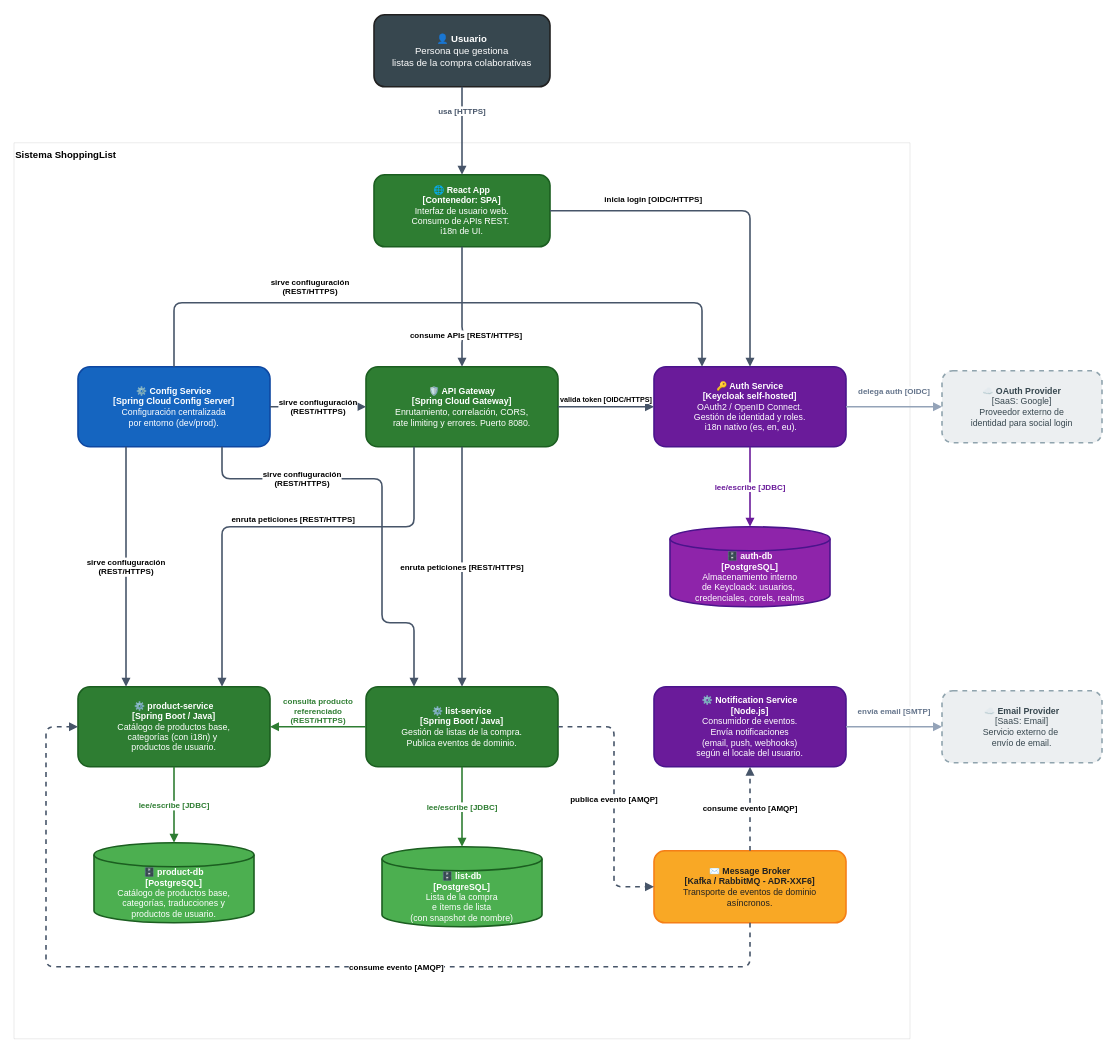
Before: docs/architecture/img/c4-level2-containers.drawio.xml in ivborrezo/shopping-list, a draw.io diagram. Source tidied: cells renumbered, new cells numbered last; positions are measured from the earlier drawing's top-left corner, leaving out a move shared by most shapes. Both pictures are drawn from the tidied source at 80%, with x=0, y=0 at pixel (14, 14).
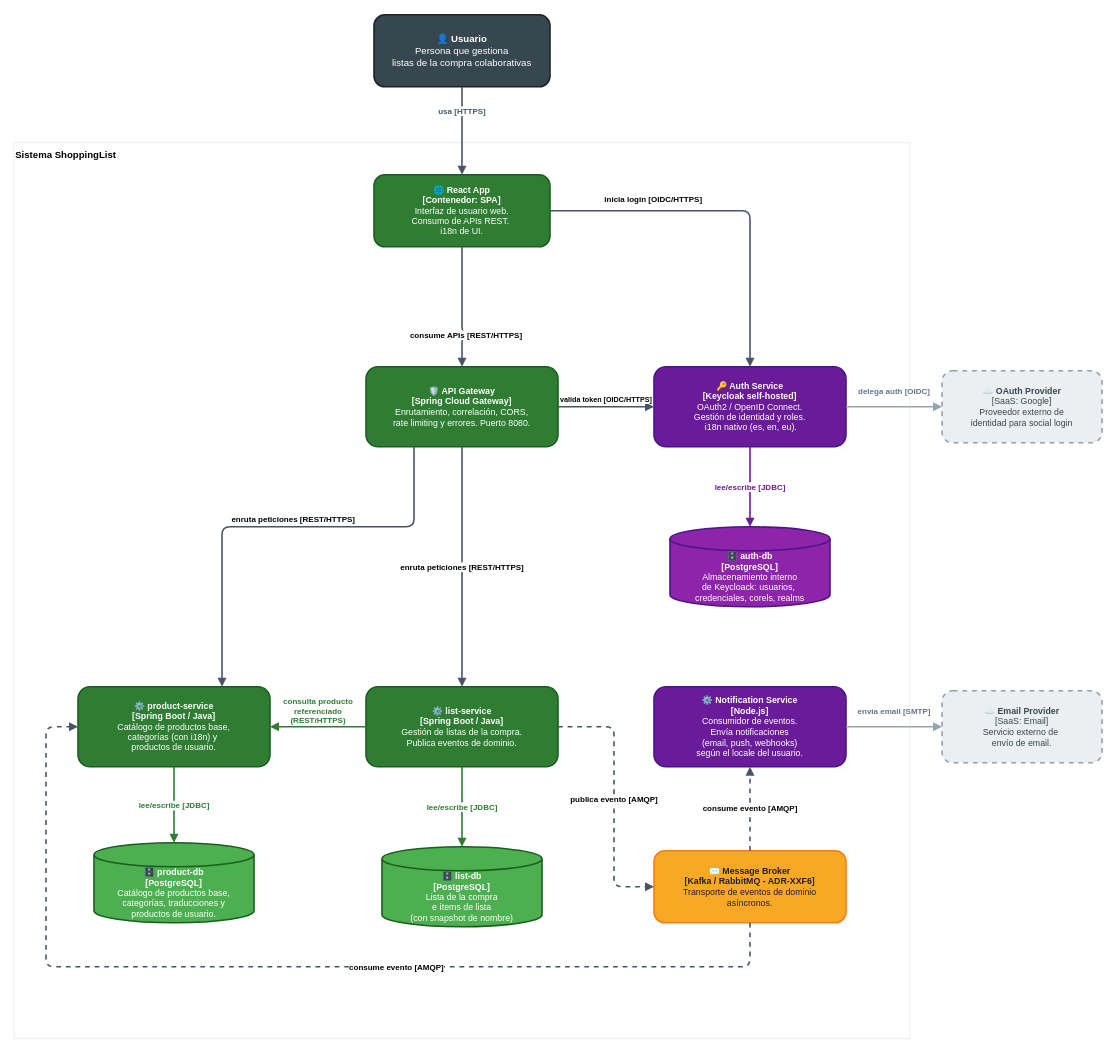
After the change.

Commit message (it also covers changes not shown here):
docs(architecture): retirar Config Service del diagrama C4 de contenedores

Elimina el contenedor, sus relaciones de configuración y la leyenda asociada del markdown y del fuente drawio; reexporta el SVG.

The change refers to these unchanged cells:
```xml
<mxCell id="6" value="&lt;b&gt;🛡️ API Gateway&lt;/b&gt;&lt;br&gt;&lt;b&gt;[Spring Cloud Gateway]&lt;/b&gt;&lt;br&gt;Enrutamiento, correlación, CORS,&lt;br&gt;rate limiting y errores. Puerto 8080." style="rounded=1;whiteSpace=wrap;html=1;fillColor=#2E7D32;strokeColor=#1B5E20;strokeWidth=2;fontColor=#FFFFFF;fontSize=11;align=center;" parent="1" vertex="1">
  <mxGeometry x="440" y="440" width="240" height="100" as="geometry" />
</mxCell>
<mxCell id="8" value="&lt;b&gt;🔑 Auth Service&lt;/b&gt;&lt;br&gt;&lt;b&gt;[Keycloak self-hosted]&lt;/b&gt;&lt;br&gt;OAuth2 / OpenID Connect.&lt;br&gt;&lt;div&gt;Gestión de identidad y roles.&lt;/div&gt;&lt;div&gt;&amp;nbsp;i18n nativo (es, en, eu).&lt;/div&gt;" style="rounded=1;whiteSpace=wrap;html=1;fillColor=#6A1B9A;strokeColor=#4A148C;strokeWidth=2;fontColor=#FFFFFF;fontSize=11;align=center;" parent="1" vertex="1">
  <mxGeometry x="800" y="440" width="240" height="100" as="geometry" />
</mxCell>
<mxCell id="11" value="&lt;b&gt;⚙️ product-service&lt;/b&gt;&lt;br&gt;&lt;b&gt;[Spring Boot / Java]&lt;/b&gt;&lt;br&gt;Catálogo de productos base,&lt;br&gt;&lt;div&gt;categorías (con i18n) y&amp;nbsp;&lt;/div&gt;&lt;div&gt;productos de usuario.&lt;/div&gt;" style="rounded=1;whiteSpace=wrap;html=1;fillColor=#2E7D32;strokeColor=#1B5E20;strokeWidth=2;fontColor=#FFFFFF;fontSize=11;align=center;" parent="1" vertex="1">
  <mxGeometry x="80" y="840" width="240" height="100" as="geometry" />
</mxCell>
<mxCell id="12" value="&lt;b&gt;⚙️ list-service&lt;/b&gt;&lt;br/&gt;&lt;b&gt;[Spring Boot / Java]&lt;/b&gt;&lt;br/&gt;Gestión de listas de la compra.&lt;br/&gt;Publica eventos de dominio." style="rounded=1;whiteSpace=wrap;html=1;fillColor=#2E7D32;strokeColor=#1B5E20;strokeWidth=2;fontColor=#FFFFFF;fontSize=11;align=center;" parent="1" vertex="1">
  <mxGeometry x="440" y="840" width="240" height="100" as="geometry" />
</mxCell>
```

What changed in the source:
```diff
@@
-    <mxCell id="7" value="&lt;b&gt;⚙️ Config Service&lt;/b&gt;&lt;br/&gt;&lt;b&gt;[Spring Cloud Config Server]&lt;/b&gt;&lt;br/&gt;Configuración centralizada&lt;br/&gt;por entorno (dev/prod)." style="rounded=1;whiteSpace=wrap;html=1;fillColor=#1565C0;strokeColor=#0D47A1;strokeWidth=2;fontColor=#FFFFFF;fontSize=11;align=center;" parent="1" vertex="1">
-      <mxGeometry x="80" y="440" width="240" height="100" as="geometry" />
-    </mxCell>
@@
-    <mxCell id="31" value="&lt;div&gt;&lt;span style=&quot;color: light-dark(rgb(0, 0, 0), rgb(99, 168, 246));&quot;&gt;sirve confiuguración&lt;/span&gt;&lt;/div&gt;&lt;div&gt;&lt;span style=&quot;color: light-dark(rgb(0, 0, 0), rgb(99, 168, 246));&quot;&gt;(REST/HTTPS)&lt;/span&gt;&lt;/div&gt;" style="edgeStyle=orthogonalEdgeStyle;rounded=1;jettySize=auto;html=1;strokeColor=light-dark(#475569,#63A8F6);strokeWidth=2;fontColor=#475569;fontSize=10;fontStyle=1;endArrow=block;exitX=1;exitY=0.5;exitDx=0;exitDy=0;entryX=0;entryY=0.5;entryDx=0;entryDy=0;" parent="1" edge="1" source="7" target="6">
-      <mxGeometry relative="1" as="geometry">
-        <Array as="points">
-          <mxPoint x="380" y="490" />
-          <mxPoint x="380" y="490" />
-        </Array>
-      </mxGeometry>
-    </mxCell>
-    <mxCell id="32" value="&lt;div&gt;&lt;span style=&quot;color: light-dark(rgb(0, 0, 0), rgb(99, 168, 246));&quot;&gt;sirve confiuguración&lt;/span&gt;&lt;/div&gt;&lt;div&gt;&lt;span style=&quot;color: light-dark(rgb(0, 0, 0), rgb(99, 168, 246));&quot;&gt;(REST/HTTPS)&lt;/span&gt;&lt;/div&gt;" style="edgeStyle=orthogonalEdgeStyle;rounded=1;jettySize=auto;html=1;strokeColor=light-dark(#475569,#63A8F6);strokeWidth=2;fontColor=#475569;fontSize=10;fontStyle=1;endArrow=block;exitX=0.25;exitY=1;exitDx=0;exitDy=0;entryX=0.25;entryY=0;entryDx=0;entryDy=0;" parent="1" edge="1" source="7" target="11">
-      <mxGeometry relative="1" as="geometry" />
-    </mxCell>
-    <mxCell id="33" value="&lt;div&gt;&lt;span style=&quot;color: light-dark(rgb(0, 0, 0), rgb(99, 168, 246));&quot;&gt;sirve confiuguración&lt;/span&gt;&lt;/div&gt;&lt;div&gt;&lt;span style=&quot;color: light-dark(rgb(0, 0, 0), rgb(99, 168, 246));&quot;&gt;(REST/HTTPS)&lt;/span&gt;&lt;/div&gt;" style="edgeStyle=orthogonalEdgeStyle;rounded=1;jettySize=auto;html=1;strokeColor=light-dark(#475569,#63A8F6);strokeWidth=2;fontColor=#475569;fontSize=10;fontStyle=1;endArrow=block;exitX=0.75;exitY=1;exitDx=0;exitDy=0;entryX=0.25;entryY=0;entryDx=0;entryDy=0;" parent="1" edge="1" source="7" target="12">
-      <mxGeometry x="-0.48" relative="1" as="geometry">
-        <Array as="points">
-          <mxPoint x="260" y="580" />
-          <mxPoint x="460" y="580" />
-          <mxPoint x="460" y="760" />
-          <mxPoint x="500" y="760" />
-        </Array>
-      </mxGeometry>
-    </mxCell>
-    <mxCell id="34" value="&lt;div&gt;&lt;span style=&quot;color: light-dark(rgb(0, 0, 0), rgb(237, 169, 255));&quot;&gt;sirve confiuguración&lt;/span&gt;&lt;/div&gt;&lt;div&gt;&lt;span style=&quot;color: light-dark(rgb(0, 0, 0), rgb(237, 169, 255));&quot;&gt;(REST/HTTPS)&lt;/span&gt;&lt;/div&gt;" style="edgeStyle=orthogonalEdgeStyle;rounded=1;jettySize=auto;html=1;strokeColor=light-dark(#475569,#EDA9FF);strokeWidth=2;fontColor=#475569;fontSize=10;fontStyle=1;endArrow=block;exitX=0.5;exitY=0;exitDx=0;exitDy=0;entryX=0.25;entryY=0;entryDx=0;entryDy=0;" parent="1" edge="1" source="7" target="8">
-      <mxGeometry x="-0.39" y="20" relative="1" as="geometry">
-        <Array as="points">
-          <mxPoint x="200" y="360" />
-          <mxPoint x="860" y="360" />
-        </Array>
-      </mxGeometry>
-    </mxCell>
```
